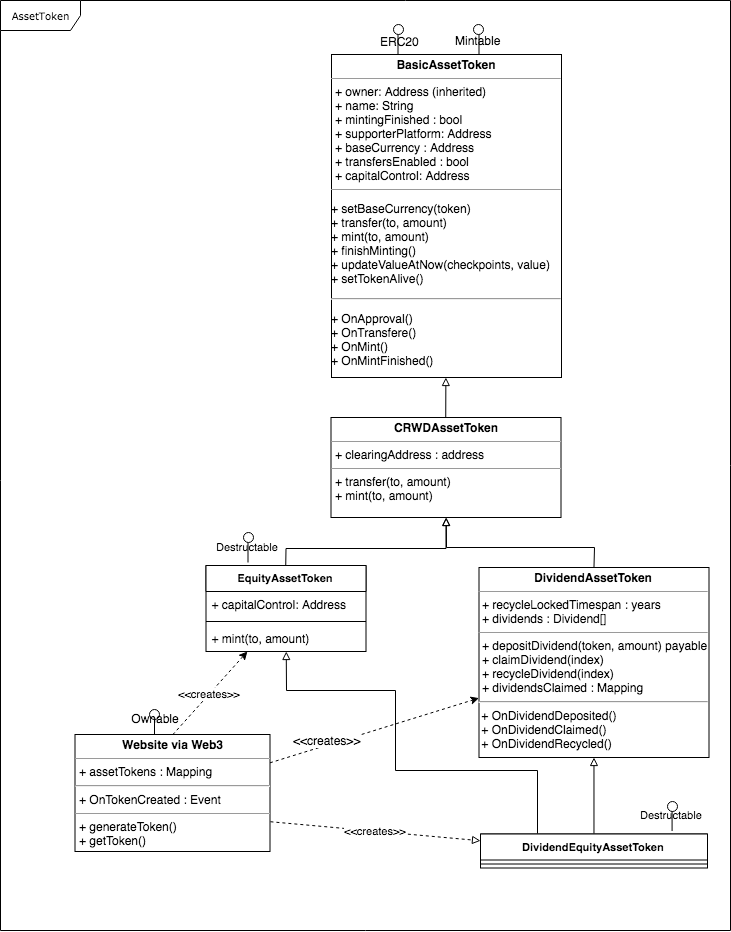
Before: diagrams/AssetToken.png, a diagram exported from draw.io (conda-ag/conda-assettoken). Source tidied: cells renumbered, new cells last; positions are measured from the earlier drawing's top-left corner, leaving out a move shared by most shapes.
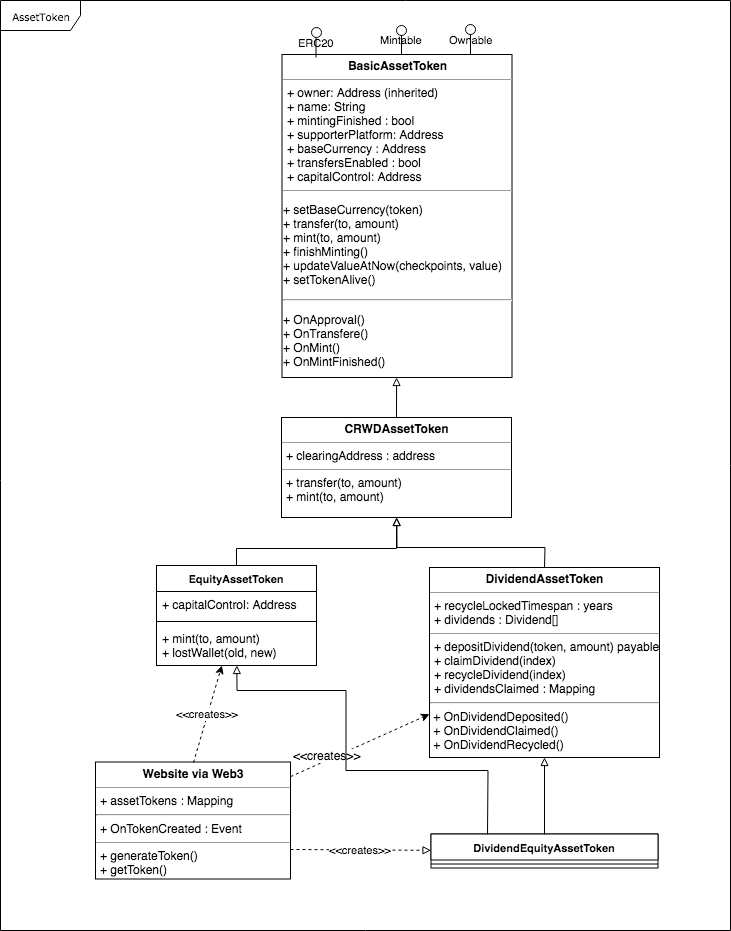
Above is the later version.

Commit message:
destructable inheritance removed

Diff of the diagram source:
```diff
@@ -3,19 +3,13 @@
     <mxCell id="0" />
     <mxCell id="1" parent="0" />
     <mxCell id="2" value="AssetToken" style="shape=umlFrame;whiteSpace=wrap;html=1;rounded=0;shadow=0;comic=0;labelBackgroundColor=none;strokeColor=#000000;strokeWidth=1;fillColor=#ffffff;fontFamily=Verdana;fontSize=10;fontColor=#000000;align=center;width=80;height=30;" parent="1" vertex="1">
-      <mxGeometry width="730" height="930" as="geometry" />
+      <mxGeometry x="49.5" width="730" height="930" as="geometry" />
     </mxCell>
     <mxCell id="3" value="&amp;lt;&amp;lt;creates&amp;gt;&amp;gt;" style="endArrow=classic;html=1;fontSize=12;dashed=1;" parent="1" edge="1" source="13" target="7">
       <mxGeometry x="-0.43" y="4" relative="1" as="geometry">
         <mxPoint x="-1" as="offset" />
       </mxGeometry>
     </mxCell>
-    <mxCell id="4" style="shape=lollipop;direction=south;html=1;fontSize=12;rotation=-90;" parent="1" vertex="1">
-      <mxGeometry x="382.5" y="34" width="30" height="10" as="geometry" />
-    </mxCell>
-    <mxCell id="5" style="shape=lollipop;direction=south;html=1;fontSize=12;rotation=-90;" parent="1" vertex="1">
-      <mxGeometry x="463.5" y="34" width="30" height="10" as="geometry" />
-    </mxCell>
     <mxCell id="6" style="edgeStyle=none;rounded=0;html=1;exitX=0.5;exitY=0;startArrow=none;startFill=0;endArrow=block;endFill=0;jettySize=auto;strokeColor=#000000;fontSize=11;" parent="1" edge="1" source="7" target="9">
       <mxGeometry relative="1" as="geometry">
         <Array as="points">
@@ -34,20 +28,14 @@
       <mxGeometry x="330.5" y="417" width="230" height="100" as="geometry" />
     </mxCell>
     <mxCell id="10" style="group;" parent="1" vertex="1">
-      <mxGeometry x="75" y="714.5" width="195" height="143" as="geometry" />
+      <mxGeometry x="145" y="742" width="195" height="143" as="geometry" />
     </mxCell>
-    <mxCell id="11" style="shape=lollipop;direction=south;html=1;fontSize=12;rotation=-90;" parent="10" vertex="1">
-      <mxGeometry x="64" y="4" width="30" height="10" as="geometry" />
-    </mxCell>
     <mxCell id="12" style="group;" parent="10" vertex="1">
       <mxGeometry x="-0.5" y="-6.5" width="195" height="143" as="geometry" />
     </mxCell>
     <mxCell id="13" value="&lt;p style=&quot;margin: 0px ; margin-top: 4px ; text-align: center&quot;&gt;&lt;b&gt;Website via Web3&lt;/b&gt;&lt;/p&gt;&lt;hr size=&quot;1&quot;&gt;&lt;p style=&quot;margin: 0px ; margin-left: 4px&quot;&gt;+ assetTokens : Mapping&lt;/p&gt;&lt;hr&gt;&lt;p style=&quot;margin: 0px ; margin-left: 4px&quot;&gt;+ OnTokenCreated : Event&lt;/p&gt;&lt;hr size=&quot;1&quot;&gt;&lt;p style=&quot;margin: 0px ; margin-left: 4px&quot;&gt;+&amp;nbsp;&lt;span&gt;generateToken()&lt;/span&gt;&lt;/p&gt;&lt;p style=&quot;margin: 0px ; margin-left: 4px&quot;&gt;&lt;span&gt;+ getToken()&lt;/span&gt;&lt;/p&gt;" style="verticalAlign=top;align=left;overflow=fill;fontSize=12;fontFamily=Helvetica;html=1;rounded=0;shadow=0;comic=0;labelBackgroundColor=none;strokeColor=#000000;strokeWidth=1;fillColor=#ffffff;" parent="12" vertex="1">
       <mxGeometry y="26" width="195" height="117" as="geometry" />
     </mxCell>
-    <mxCell id="14" value="Ownable" style="text;html=1;strokeColor=none;fillColor=none;align=center;verticalAlign=middle;whiteSpace=wrap;rounded=0;fontSize=12;" parent="12" vertex="1">
-      <mxGeometry x="60" width="40" height="20" as="geometry" />
-    </mxCell>
     <mxCell id="15" style="edgeStyle=none;rounded=0;html=1;exitX=0.5;exitY=0;startArrow=none;startFill=0;endArrow=block;endFill=0;jettySize=auto;strokeColor=#000000;fontSize=11;" parent="1" edge="1" source="22" target="9">
       <mxGeometry relative="1" as="geometry">
         <Array as="points">
@@ -62,20 +50,23 @@
     <mxCell id="17" value="&lt;p style=&quot;margin: 0px ; margin-top: 4px ; text-align: center&quot;&gt;&lt;b&gt;BasicAssetToken&lt;/b&gt;&lt;/p&gt;&lt;hr size=&quot;1&quot;&gt;&lt;p style=&quot;margin: 0px ; margin-left: 4px&quot;&gt;+ owner: Address (inherited)&lt;br&gt;&lt;/p&gt;&lt;p style=&quot;margin: 0px ; margin-left: 4px&quot;&gt;+&amp;nbsp;&lt;span&gt;name: String&lt;/span&gt;&lt;/p&gt;&lt;p style=&quot;margin: 0px ; margin-left: 4px&quot;&gt;&lt;span&gt;+&amp;nbsp;&lt;/span&gt;&lt;span&gt;mintingFinished : bool&lt;/span&gt;&lt;/p&gt;&lt;p style=&quot;margin: 0px ; margin-left: 4px&quot;&gt;&lt;span&gt;+&amp;nbsp;&lt;/span&gt;&lt;span&gt;supporterPlatform: Address&lt;/span&gt;&lt;/p&gt;&lt;p style=&quot;margin: 0px ; margin-left: 4px&quot;&gt;&lt;span&gt;+&amp;nbsp;&lt;/span&gt;&lt;span&gt;baseCurrency : Address&lt;/span&gt;&lt;/p&gt;&lt;p style=&quot;margin: 0px ; margin-left: 4px&quot;&gt;&lt;span&gt;+&amp;nbsp;&lt;/span&gt;&lt;span&gt;transfersEnabled : bool&lt;br&gt;&lt;/span&gt;&lt;/p&gt;&lt;p style=&quot;margin: 0px ; margin-left: 4px&quot;&gt;+&amp;nbsp;capitalControl: Address&lt;span&gt;&lt;br&gt;&lt;/span&gt;&lt;/p&gt;&lt;hr size=&quot;1&quot;&gt;&lt;p&gt;+&amp;nbsp;&lt;span&gt;setBaseCurrency(token)&lt;br&gt;+ transfer(to, amount)&lt;br&gt;+ mint(to, amount)&lt;br&gt;+&amp;nbsp;&lt;/span&gt;&lt;span&gt;finishMinting()&lt;br&gt;+&amp;nbsp;&lt;/span&gt;&lt;span&gt;updateValueAtNow&lt;/span&gt;&lt;span&gt;(&lt;/span&gt;&lt;span&gt;checkpoints, v&lt;/span&gt;&lt;span&gt;alue)&lt;br&gt;+ setTokenAlive()&lt;/span&gt;&lt;/p&gt;&lt;hr&gt;&lt;p&gt;&lt;span&gt;+ On&lt;/span&gt;&lt;span&gt;Approval&lt;/span&gt;&lt;span&gt;()&lt;br&gt;&lt;/span&gt;&lt;span&gt;+ OnTransfere&lt;/span&gt;&lt;span&gt;()&lt;br&gt;&lt;/span&gt;&lt;span&gt;+ OnMint()&lt;br&gt;&lt;/span&gt;&lt;span&gt;+ OnMintFinished()&lt;/span&gt;&lt;br&gt;&lt;/p&gt;" style="verticalAlign=top;align=left;overflow=fill;fontSize=12;fontFamily=Helvetica;html=1;rounded=0;shadow=0;comic=0;labelBackgroundColor=none;strokeColor=#000000;strokeWidth=1;fillColor=#ffffff;" parent="16" vertex="1">
       <mxGeometry y="27" width="230" height="323" as="geometry" />
     </mxCell>
+    <mxCell id="19" value="Mintable" style="shape=lollipop;direction=east;html=1;labelBackgroundColor=none;strokeColor=#000000;fillColor=#FFFFFF;fontSize=11;align=center;" parent="16" vertex="1">
+      <mxGeometry x="114.5" y="-2.5" width="10" height="30" as="geometry" />
+    </mxCell>
-    <mxCell id="18" value="ERC20" style="text;html=1;fontSize=12;" parent="16" vertex="1">
-      <mxGeometry x="47" y="1" width="65" height="31" as="geometry" />
+    <mxCell id="18" value="ERC20" style="shape=lollipop;direction=east;html=1;labelBackgroundColor=none;strokeColor=#000000;fillColor=#FFFFFF;fontSize=11;align=center;" parent="16" vertex="1">
+      <mxGeometry x="29" width="10" height="30" as="geometry" />
     </mxCell>
-    <mxCell id="19" value="Mintable" style="text;html=1;fontSize=12;" parent="16" vertex="1">
-      <mxGeometry x="122" width="65" height="31" as="geometry" />
-    </mxCell>
+    <mxCell id="14" value="Ownable" style="shape=lollipop;direction=east;html=1;labelBackgroundColor=none;strokeColor=#000000;fillColor=#FFFFFF;fontSize=11;align=center;" parent="16" vertex="1">
+      <mxGeometry x="183.5" y="-3" width="10" height="30" as="geometry" />
+    </mxCell>
     <mxCell id="20" value="&amp;lt;&amp;lt;creates&amp;gt;&amp;gt;" style="edgeStyle=none;rounded=0;html=1;exitX=0.5;exitY=0;startArrow=none;startFill=0;endArrow=classic;endFill=1;jettySize=auto;strokeColor=#000000;fontSize=11;dashed=1;" parent="1" edge="1" source="13" target="22">
       <mxGeometry relative="1" as="geometry" />
     </mxCell>
     <mxCell id="21" style="group;" parent="1" vertex="1">
-      <mxGeometry x="205.5" y="532" width="160" height="119" as="geometry" />
+      <mxGeometry x="205.5" y="532" width="160" height="143" as="geometry" />
     </mxCell>
     <mxCell id="22" value="EquityAssetToken" style="swimlane;fontStyle=1;align=center;verticalAlign=top;horizontal=1;startSize=26;swimlaneFillColor=#ffffff;labelBackgroundColor=none;strokeColor=#000000;fillColor=#FFFFFF;fontSize=11;" parent="21" vertex="1">
-      <mxGeometry y="33" width="160" height="86" as="geometry" />
+      <mxGeometry y="33" width="160" height="100" as="geometry" />
     </mxCell>
     <mxCell id="23" value="+ capitalControl: Address&#10;" style="text;strokeColor=none;fillColor=none;align=left;verticalAlign=top;spacingLeft=4;spacingRight=4;overflow=hidden;" parent="22" vertex="1">
       <mxGeometry y="26" width="160" height="26" as="geometry" />
@@ -83,12 +74,9 @@
     <mxCell id="24" style="line;strokeWidth=1;fillColor=none;align=left;verticalAlign=middle;spacingTop=-1;spacingLeft=3;spacingRight=3;labelPosition=right;" parent="22" vertex="1">
       <mxGeometry y="52" width="160" height="8" as="geometry" />
     </mxCell>
-    <mxCell id="25" value="+ mint(to, amount)" style="text;strokeColor=none;fillColor=none;align=left;verticalAlign=top;spacingLeft=4;spacingRight=4;overflow=hidden;" parent="22" vertex="1">
-      <mxGeometry y="60" width="160" height="26" as="geometry" />
+    <mxCell id="25" value="+ mint(to, amount)&#10;+ lostWallet(old, new)&#10;" style="text;strokeColor=none;fillColor=none;align=left;verticalAlign=top;spacingLeft=4;spacingRight=4;overflow=hidden;" parent="22" vertex="1">
+      <mxGeometry y="60" width="160" height="40" as="geometry" />
     </mxCell>
-    <mxCell id="26" value="Destructable" style="shape=lollipop;direction=east;html=1;labelBackgroundColor=none;strokeColor=#000000;fillColor=#FFFFFF;fontSize=11;align=center;" parent="21" vertex="1">
-      <mxGeometry x="37" width="10" height="30" as="geometry" />
-    </mxCell>
     <mxCell id="27" style="group;" parent="1" vertex="1">
       <mxGeometry x="480" y="800.5" width="227" height="119" as="geometry" />
     </mxCell>
@@ -98,9 +86,6 @@
     <mxCell id="29" style="line;strokeWidth=1;fillColor=none;align=left;verticalAlign=middle;spacingTop=-1;spacingLeft=3;spacingRight=3;labelPosition=right;" parent="28" vertex="1">
       <mxGeometry y="26" width="227" height="8" as="geometry" />
     </mxCell>
-    <mxCell id="30" value="Destructable" style="shape=lollipop;direction=east;html=1;labelBackgroundColor=none;strokeColor=#000000;fillColor=#FFFFFF;fontSize=11;align=center;" parent="27" vertex="1">
-      <mxGeometry x="184.5" width="14.2" height="30" as="geometry" />
-    </mxCell>
     <mxCell id="31" style="edgeStyle=none;rounded=0;html=1;exitX=0.5;exitY=0;startArrow=none;startFill=0;endArrow=block;endFill=0;jettySize=auto;strokeColor=#000000;fontSize=11;" parent="1" edge="1" source="28" target="7">
       <mxGeometry relative="1" as="geometry" />
     </mxCell>
```
